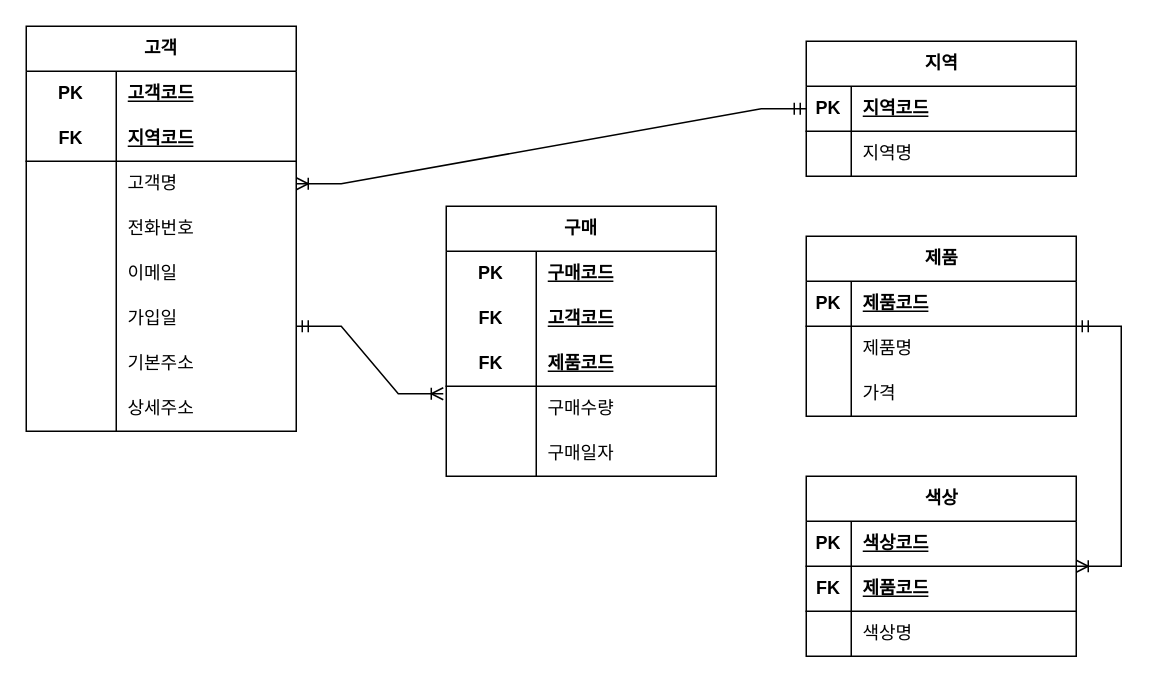
Earlier version of the draw.io diagram page "논리적" (2 of 2) of 전자상거래.drawio (jinkyungpark/dbdesign). Source tidied: cells renumbered, new cells numbered last; positions are measured from the earlier drawing's top-left corner, leaving out a move shared by most shapes. Both pictures are drawn from the tidied source at 150%, with x=0, y=0 at pixel (26, -230).
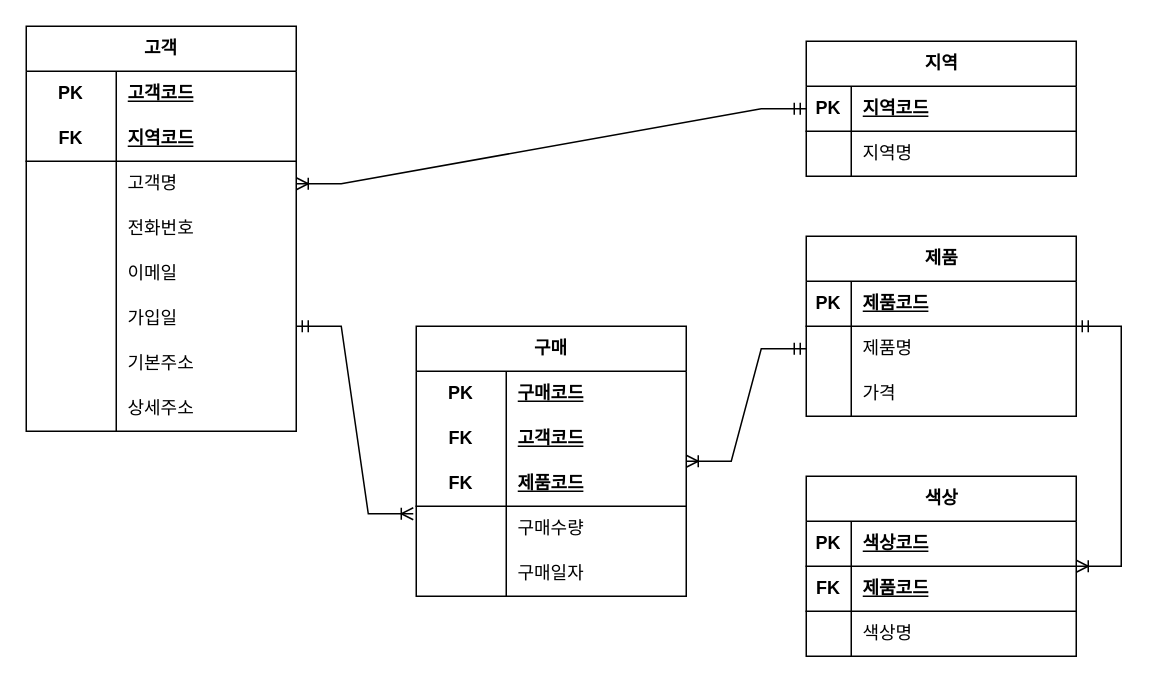
The same page after the edit.

Unchanged cells that the change refers to:
```xml
<mxCell id="6" style="shape=tableRow;horizontal=0;startSize=0;swimlaneHead=0;swimlaneBody=0;fillColor=none;points=[[0,0.5],[1,0.5]];portConstraint=eastwest;top=0;left=0;right=0;bottom=0;" parent="2" vertex="1">
  <mxGeometry y="60" width="180" height="30" as="geometry" />
</mxCell>
```

What changed in the source:
```diff
@@
     <mxCell id="44" value="구매" style="shape=table;startSize=30;childLayout=tableLayout;rowLines=0;fontStyle=1;align=center;html=1;whiteSpace=wrap;" parent="1" vertex="1">
-      <mxGeometry x="280" y="290" width="180" height="180" as="geometry" />
+      <mxGeometry x="260" y="370" width="180" height="180" as="geometry" />
     </mxCell>
@@
+    <mxCell id="73" style="edgeStyle=entityRelationEdgeStyle;fontSize=12;html=1;endArrow=ERoneToMany;startArrow=ERmandOne;rounded=0;exitX=0;exitY=0.5;exitDx=0;exitDy=0;" parent="1" edge="1" source="6" target="44">
+      <mxGeometry relative="1" as="geometry">
+        <Array as="points">
+          <mxPoint x="410" y="410" />
+          <mxPoint x="380" y="370" />
+        </Array>
+      </mxGeometry>
+    </mxCell>
```
